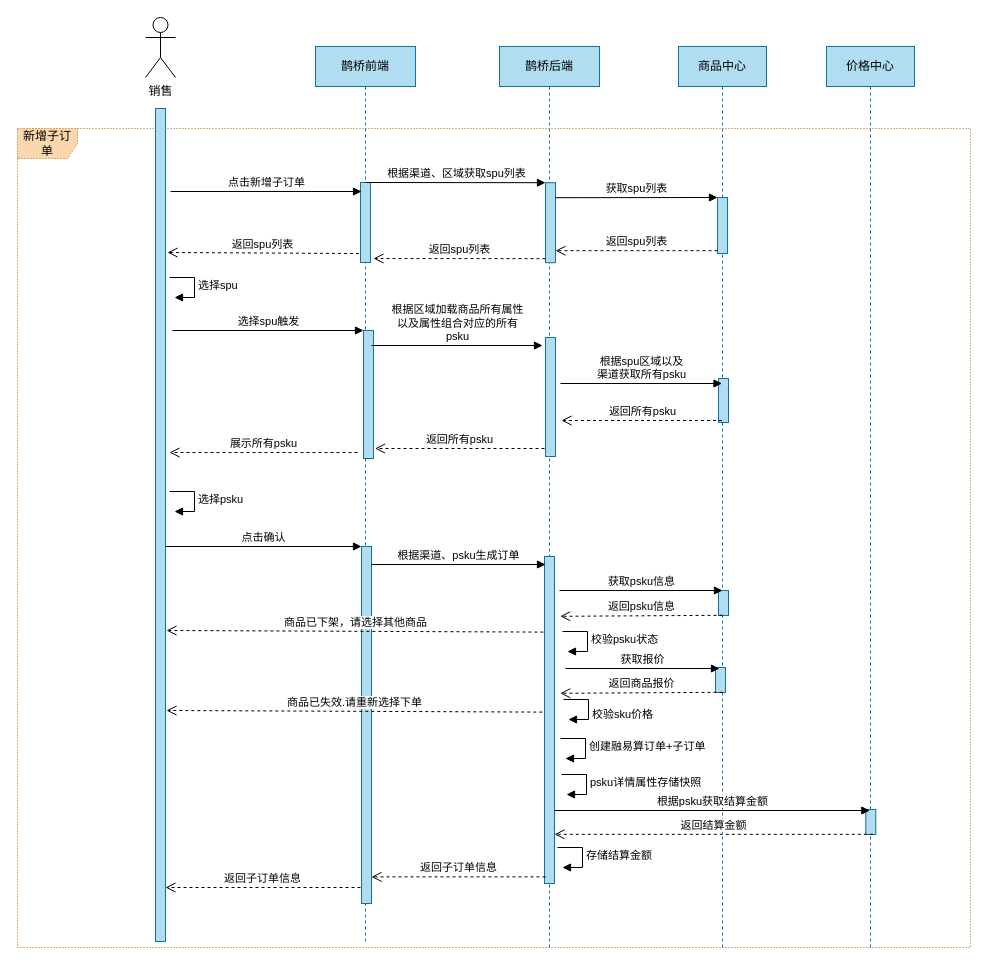
zhaoershuang/flow-chart keeps this draw.io diagram as 服务单-时序图.drawio. Above is the earlier version. Source tidied: cells renumbered, new cells numbered last; positions are measured from the earlier drawing's top-left corner, leaving out a move shared by most shapes. Both pictures are drawn from the tidied source at 100%, with x=0, y=0 at pixel (17, 17).
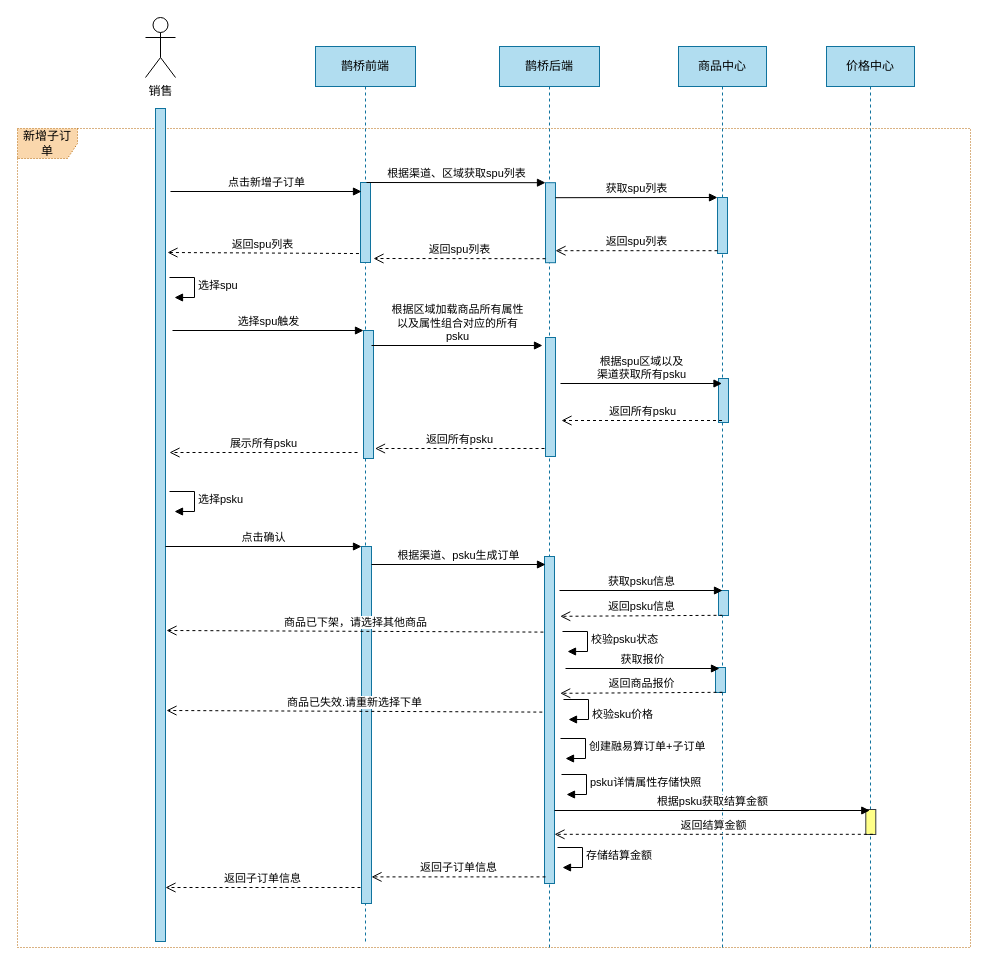
The same page after the edit.

Commit message:
更新服务单-时序图.drawio

The change refers to these unchanged cells:
```xml
<mxCell id="47" value="价格中心" style="shape=umlLifeline;perimeter=lifelinePerimeter;whiteSpace=wrap;html=1;fillColor=#b1ddf0;strokeColor=#10739e;" parent="1" vertex="1">
  <mxGeometry x="809" y="29" width="88" height="903" as="geometry" />
</mxCell>
```

What changed in the source:
```diff
@@
-    <mxCell id="49" style="html=1;perimeter=orthogonalPerimeter;shadow=0;labelBackgroundColor=none;strokeColor=#10739e;fillColor=#b1ddf0;" parent="47" vertex="1">
+    <mxCell id="49" style="html=1;perimeter=orthogonalPerimeter;shadow=0;labelBackgroundColor=none;strokeColor=#36393d;fillColor=#ffff88;" parent="47" vertex="1">
       <mxGeometry x="39.3" y="763" width="10" height="25" as="geometry" />
     </mxCell>
```
